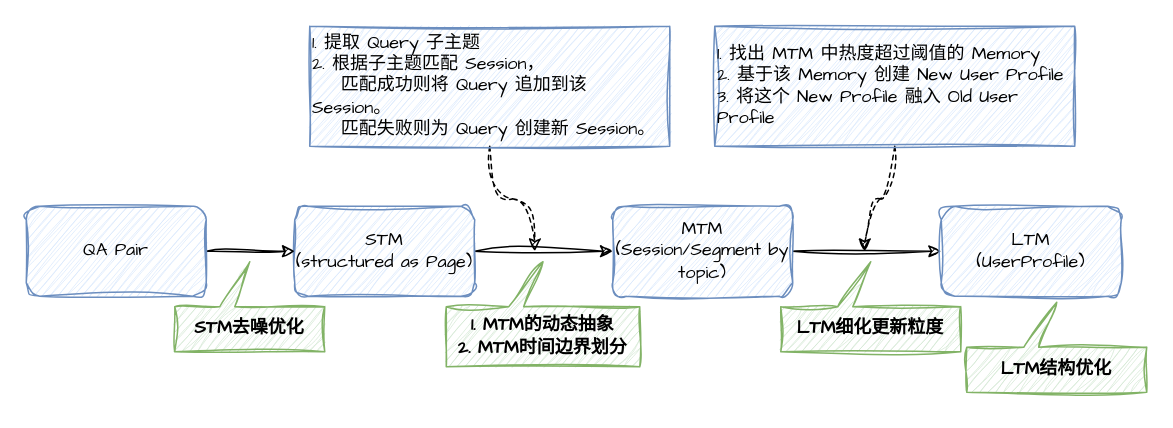
Earlier version of the draw.io diagram memoryos.drawio (Olive-2019/drawio-source). Source tidied: cells renumbered, new cells numbered last; positions are measured from the earlier drawing's top-left corner, leaving out a move shared by most shapes. Both pictures are drawn from the tidied source at 150%, with x=0, y=0 at pixel (26, 26).
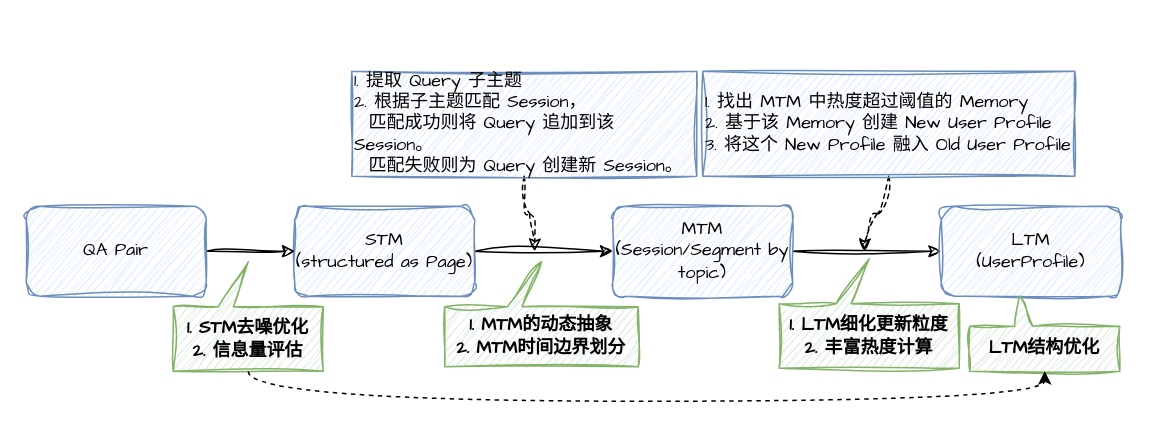
The same page after the edit.

The edit, as a diff of the source:
```diff
@@
 <mxGraphModel>
   <root>
     <mxCell id="0" />
     <mxCell id="1" parent="0" />
     <mxCell id="2" style="edgeStyle=orthogonalEdgeStyle;rounded=0;jettySize=auto;html=1;fontFamily=Comic Sans MS;sketch=1;curveFitting=1;jiggle=2;" parent="1" edge="1" source="3" target="5">
       <mxGeometry relative="1" as="geometry" />
     </mxCell>
     <mxCell id="3" value="STM&lt;div&gt;(structured as Page)&lt;/div&gt;" style="rounded=1;whiteSpace=wrap;html=1;fontFamily=Comic Sans MS;fillColor=#dae8fc;strokeColor=#6c8ebf;sketch=1;curveFitting=1;jiggle=2;" parent="1" vertex="1">
       <mxGeometry x="179" y="120" width="120" height="60" as="geometry" />
     </mxCell>
     <mxCell id="4" style="edgeStyle=orthogonalEdgeStyle;rounded=0;jettySize=auto;html=1;fontFamily=Comic Sans MS;sketch=1;curveFitting=1;jiggle=2;" parent="1" edge="1" source="5" target="6">
       <mxGeometry relative="1" as="geometry" />
     </mxCell>
     <mxCell id="5" value="MTM&lt;div&gt;(Session/Segment by topic)&lt;/div&gt;" style="whiteSpace=wrap;html=1;rounded=1;fontFamily=Comic Sans MS;fillColor=#dae8fc;strokeColor=#6c8ebf;sketch=1;curveFitting=1;jiggle=2;" parent="1" vertex="1">
       <mxGeometry x="391" y="120" width="120" height="60" as="geometry" />
     </mxCell>
     <mxCell id="6" value="LTM&lt;div&gt;(UserProfile)&lt;/div&gt;" style="whiteSpace=wrap;html=1;rounded=1;fontFamily=Comic Sans MS;fillColor=#dae8fc;strokeColor=#6c8ebf;sketch=1;curveFitting=1;jiggle=2;" parent="1" vertex="1">
       <mxGeometry x="610" y="120" width="120" height="60" as="geometry" />
     </mxCell>
     <mxCell id="7" style="edgeStyle=orthogonalEdgeStyle;rounded=0;jettySize=auto;html=1;dashed=1;curved=1;fontFamily=Comic Sans MS;sketch=1;curveFitting=1;jiggle=2;" parent="1" edge="1" source="8">
       <mxGeometry relative="1" as="geometry">
         <mxPoint x="339" y="150" as="targetPoint" />
       </mxGeometry>
     </mxCell>
-    <mxCell id="8" value="1.&amp;nbsp;&lt;span style=&quot;&quot;&gt;提取 Query 子主题&lt;/span&gt;&lt;div&gt;&lt;span style=&quot;&quot;&gt;2.&amp;nbsp;&lt;/span&gt;&lt;span style=&quot;background-color: transparent; color: light-dark(rgb(0, 0, 0), rgb(255, 255, 255));&quot;&gt;根据子主题匹配 Session，&lt;/span&gt;&lt;/div&gt;&lt;div&gt;&lt;span style=&quot;background-color: transparent; color: light-dark(rgb(0, 0, 0), rgb(255, 255, 255));&quot;&gt;&amp;nbsp; &amp;nbsp; 匹配成功则将 Query 追加到该 Session。&lt;/span&gt;&lt;/div&gt;&lt;div&gt;&lt;span style=&quot;background-color: transparent; color: light-dark(rgb(0, 0, 0), rgb(255, 255, 255));&quot;&gt;&amp;nbsp; &amp;nbsp; 匹配失败则为 Query 创建新 Session。&lt;/span&gt;&lt;/div&gt;" style="rounded=0;whiteSpace=wrap;html=1;align=left;fontFamily=Comic Sans MS;fillColor=#dae8fc;strokeColor=#6c8ebf;sketch=1;curveFitting=1;jiggle=2;" parent="1" vertex="1">
-      <mxGeometry x="189" width="240" height="80" as="geometry" />
+    <mxCell id="8" value="1.&amp;nbsp;&lt;span style=&quot;&quot;&gt;提取 Query 子主题&lt;/span&gt;&lt;div&gt;&lt;span style=&quot;&quot;&gt;2.&amp;nbsp;&lt;/span&gt;&lt;span style=&quot;background-color: transparent; color: light-dark(rgb(0, 0, 0), rgb(255, 255, 255));&quot;&gt;根据子主题匹配 Session，&lt;/span&gt;&lt;/div&gt;&lt;div&gt;&lt;span style=&quot;background-color: transparent; color: light-dark(rgb(0, 0, 0), rgb(255, 255, 255));&quot;&gt;&amp;nbsp; 匹配成功则将 Query 追加到该 Session。&lt;/span&gt;&lt;/div&gt;&lt;div&gt;&lt;span style=&quot;background-color: transparent; color: light-dark(rgb(0, 0, 0), rgb(255, 255, 255));&quot;&gt;&amp;nbsp; 匹配失败则为 Query 创建新 Session。&lt;/span&gt;&lt;/div&gt;" style="rounded=0;whiteSpace=wrap;html=1;align=left;fontFamily=Comic Sans MS;fillColor=#dae8fc;strokeColor=#6c8ebf;sketch=1;curveFitting=1;jiggle=2;" parent="1" vertex="1">
+      <mxGeometry x="217" y="30" width="230" height="70" as="geometry" />
     </mxCell>
     <mxCell id="9" style="edgeStyle=orthogonalEdgeStyle;rounded=0;jettySize=auto;html=1;fontFamily=Comic Sans MS;sketch=1;curveFitting=1;jiggle=2;" parent="1" edge="1" source="10" target="3">
       <mxGeometry relative="1" as="geometry" />
     </mxCell>
     <mxCell id="10" value="QA Pair" style="rounded=1;whiteSpace=wrap;html=1;fontFamily=Comic Sans MS;fillColor=#dae8fc;strokeColor=#6c8ebf;sketch=1;curveFitting=1;jiggle=2;" parent="1" vertex="1">
       <mxGeometry y="120" width="120" height="60" as="geometry" />
     </mxCell>
-    <mxCell id="11" value="STM去噪优化" style="shape=callout;whiteSpace=wrap;html=1;perimeter=calloutPerimeter;flipH=1;flipV=1;position2=0.5;base=10;size=30;position=0.6;fontStyle=1;fontFamily=Comic Sans MS;fillColor=#d5e8d4;strokeColor=#82b366;sketch=1;curveFitting=1;jiggle=2;" parent="1" vertex="1">
-      <mxGeometry x="99" y="157" width="100" height="60" as="geometry" />
+    <mxCell id="11" value="1. STM去噪优化&lt;div&gt;2. 信息量评估&lt;/div&gt;" style="shape=callout;whiteSpace=wrap;html=1;perimeter=calloutPerimeter;flipH=1;flipV=1;position2=0.5;base=10;size=30;position=0.6;fontStyle=1;fontFamily=Comic Sans MS;fillColor=#d5e8d4;strokeColor=#82b366;sketch=1;curveFitting=1;jiggle=2;" parent="1" vertex="1">
+      <mxGeometry x="98" y="157" width="100" height="73" as="geometry" />
     </mxCell>
     <mxCell id="12" value="&lt;div&gt;&lt;div class=&quot;old-record-id-DgZwdlZkKonJOuxhVUdcf2nPnTf&quot;&gt;&lt;strong&gt;1. MTM的动态抽象&lt;/strong&gt;&lt;/div&gt;&lt;div class=&quot;old-record-id-DgZwdlZkKonJOuxhVUdcf2nPnTf&quot;&gt;&lt;strong&gt;2. MTM时间边界划分&lt;/strong&gt;&lt;/div&gt;&lt;/div&gt;&lt;span class=&quot;lark-record-clipboard&quot; data-lark-record-data=&quot;{&amp;quot;rootId&amp;quot;:&amp;quot;UxaOdFDGDo1WnnxAF18cjjznnxe&amp;quot;,&amp;quot;text&amp;quot;:{&amp;quot;initialAttributedTexts&amp;quot;:{&amp;quot;text&amp;quot;:{&amp;quot;0&amp;quot;:&amp;quot;MTM的动态抽象&amp;quot;},&amp;quot;attribs&amp;quot;:{&amp;quot;0&amp;quot;:&amp;quot;*1*0+8&amp;quot;}},&amp;quot;apool&amp;quot;:{&amp;quot;numToAttrib&amp;quot;:{&amp;quot;0&amp;quot;:[&amp;quot;bold&amp;quot;,&amp;quot;true&amp;quot;],&amp;quot;1&amp;quot;:[&amp;quot;author&amp;quot;,&amp;quot;7543449489537794050&amp;quot;]},&amp;quot;nextNum&amp;quot;:2}},&amp;quot;type&amp;quot;:&amp;quot;text&amp;quot;,&amp;quot;referenceRecordMap&amp;quot;:{},&amp;quot;extra&amp;quot;:{&amp;quot;channel&amp;quot;:&amp;quot;saas&amp;quot;,&amp;quot;isEqualBlockSelection&amp;quot;:false,&amp;quot;pasteRandomId&amp;quot;:&amp;quot;55e6cb3b-ba7a-46e4-9412-7d4e23a044cb&amp;quot;,&amp;quot;mention_page_title&amp;quot;:{},&amp;quot;external_mention_url&amp;quot;:{}},&amp;quot;isKeepQuoteContainer&amp;quot;:false,&amp;quot;isFromCode&amp;quot;:false,&amp;quot;selection&amp;quot;:[{&amp;quot;id&amp;quot;:137,&amp;quot;type&amp;quot;:&amp;quot;text&amp;quot;,&amp;quot;selection&amp;quot;:{&amp;quot;start&amp;quot;:0,&amp;quot;end&amp;quot;:8},&amp;quot;recordId&amp;quot;:&amp;quot;DgZwdlZkKonJOuxhVUdcf2nPnTf&amp;quot;}],&amp;quot;payloadMap&amp;quot;:{},&amp;quot;isCut&amp;quot;:false}&quot;&gt;&lt;/span&gt;" style="shape=callout;whiteSpace=wrap;html=1;perimeter=calloutPerimeter;flipH=1;flipV=1;position2=0.5;base=10;size=30;position=0.6;fontFamily=Comic Sans MS;fillColor=#d5e8d4;strokeColor=#82b366;sketch=1;curveFitting=1;jiggle=2;" parent="1" vertex="1">
-      <mxGeometry x="280" y="157" width="129" height="70" as="geometry" />
+      <mxGeometry x="279" y="157" width="129" height="70" as="geometry" />
     </mxCell>
-    <mxCell id="13" value="&lt;div&gt;&lt;div class=&quot;old-record-id-DgZwdlZkKonJOuxhVUdcf2nPnTf&quot;&gt;&lt;b&gt;LTM细化更新粒度&lt;/b&gt;&lt;/div&gt;&lt;/div&gt;&lt;span class=&quot;lark-record-clipboard&quot; data-lark-record-data=&quot;{&amp;quot;rootId&amp;quot;:&amp;quot;UxaOdFDGDo1WnnxAF18cjjznnxe&amp;quot;,&amp;quot;text&amp;quot;:{&amp;quot;initialAttributedTexts&amp;quot;:{&amp;quot;text&amp;quot;:{&amp;quot;0&amp;quot;:&amp;quot;MTM的动态抽象&amp;quot;},&amp;quot;attribs&amp;quot;:{&amp;quot;0&amp;quot;:&amp;quot;*1*0+8&amp;quot;}},&amp;quot;apool&amp;quot;:{&amp;quot;numToAttrib&amp;quot;:{&amp;quot;0&amp;quot;:[&amp;quot;bold&amp;quot;,&amp;quot;true&amp;quot;],&amp;quot;1&amp;quot;:[&amp;quot;author&amp;quot;,&amp;quot;7543449489537794050&amp;quot;]},&amp;quot;nextNum&amp;quot;:2}},&amp;quot;type&amp;quot;:&amp;quot;text&amp;quot;,&amp;quot;referenceRecordMap&amp;quot;:{},&amp;quot;extra&amp;quot;:{&amp;quot;channel&amp;quot;:&amp;quot;saas&amp;quot;,&amp;quot;isEqualBlockSelection&amp;quot;:false,&amp;quot;pasteRandomId&amp;quot;:&amp;quot;55e6cb3b-ba7a-46e4-9412-7d4e23a044cb&amp;quot;,&amp;quot;mention_page_title&amp;quot;:{},&amp;quot;external_mention_url&amp;quot;:{}},&amp;quot;isKeepQuoteContainer&amp;quot;:false,&amp;quot;isFromCode&amp;quot;:false,&amp;quot;selection&amp;quot;:[{&amp;quot;id&amp;quot;:137,&amp;quot;type&amp;quot;:&amp;quot;text&amp;quot;,&amp;quot;selection&amp;quot;:{&amp;quot;start&amp;quot;:0,&amp;quot;end&amp;quot;:8},&amp;quot;recordId&amp;quot;:&amp;quot;DgZwdlZkKonJOuxhVUdcf2nPnTf&amp;quot;}],&amp;quot;payloadMap&amp;quot;:{},&amp;quot;isCut&amp;quot;:false}&quot;&gt;&lt;/span&gt;" style="shape=callout;whiteSpace=wrap;html=1;perimeter=calloutPerimeter;flipH=1;flipV=1;position2=0.5;base=10;size=30;position=0.6;fontFamily=Comic Sans MS;fillColor=#d5e8d4;strokeColor=#82b366;sketch=1;curveFitting=1;jiggle=2;" parent="1" vertex="1">
-      <mxGeometry x="503" y="157" width="120" height="60" as="geometry" />
+    <mxCell id="13" value="&lt;div&gt;&lt;div class=&quot;old-record-id-DgZwdlZkKonJOuxhVUdcf2nPnTf&quot;&gt;&lt;b&gt;1. LTM细化更新粒度&lt;/b&gt;&lt;/div&gt;&lt;div class=&quot;old-record-id-DgZwdlZkKonJOuxhVUdcf2nPnTf&quot;&gt;&lt;b&gt;2. 丰富热度计算&lt;/b&gt;&lt;/div&gt;&lt;/div&gt;&lt;span class=&quot;lark-record-clipboard&quot; data-lark-record-data=&quot;{&amp;quot;rootId&amp;quot;:&amp;quot;UxaOdFDGDo1WnnxAF18cjjznnxe&amp;quot;,&amp;quot;text&amp;quot;:{&amp;quot;initialAttributedTexts&amp;quot;:{&amp;quot;text&amp;quot;:{&amp;quot;0&amp;quot;:&amp;quot;MTM的动态抽象&amp;quot;},&amp;quot;attribs&amp;quot;:{&amp;quot;0&amp;quot;:&amp;quot;*1*0+8&amp;quot;}},&amp;quot;apool&amp;quot;:{&amp;quot;numToAttrib&amp;quot;:{&amp;quot;0&amp;quot;:[&amp;quot;bold&amp;quot;,&amp;quot;true&amp;quot;],&amp;quot;1&amp;quot;:[&amp;quot;author&amp;quot;,&amp;quot;7543449489537794050&amp;quot;]},&amp;quot;nextNum&amp;quot;:2}},&amp;quot;type&amp;quot;:&amp;quot;text&amp;quot;,&amp;quot;referenceRecordMap&amp;quot;:{},&amp;quot;extra&amp;quot;:{&amp;quot;channel&amp;quot;:&amp;quot;saas&amp;quot;,&amp;quot;isEqualBlockSelection&amp;quot;:false,&amp;quot;pasteRandomId&amp;quot;:&amp;quot;55e6cb3b-ba7a-46e4-9412-7d4e23a044cb&amp;quot;,&amp;quot;mention_page_title&amp;quot;:{},&amp;quot;external_mention_url&amp;quot;:{}},&amp;quot;isKeepQuoteContainer&amp;quot;:false,&amp;quot;isFromCode&amp;quot;:false,&amp;quot;selection&amp;quot;:[{&amp;quot;id&amp;quot;:137,&amp;quot;type&amp;quot;:&amp;quot;text&amp;quot;,&amp;quot;selection&amp;quot;:{&amp;quot;start&amp;quot;:0,&amp;quot;end&amp;quot;:8},&amp;quot;recordId&amp;quot;:&amp;quot;DgZwdlZkKonJOuxhVUdcf2nPnTf&amp;quot;}],&amp;quot;payloadMap&amp;quot;:{},&amp;quot;isCut&amp;quot;:false}&quot;&gt;&lt;/span&gt;" style="shape=callout;whiteSpace=wrap;html=1;perimeter=calloutPerimeter;flipH=1;flipV=1;position2=0.5;base=10;size=30;position=0.6;fontFamily=Comic Sans MS;fillColor=#d5e8d4;strokeColor=#82b366;sketch=1;curveFitting=1;jiggle=2;" parent="1" vertex="1">
+      <mxGeometry x="502" y="155" width="120" height="73" as="geometry" />
     </mxCell>
-    <mxCell id="14" value="&lt;div&gt;&lt;div class=&quot;old-record-id-DgZwdlZkKonJOuxhVUdcf2nPnTf&quot;&gt;&lt;div&gt;&lt;div class=&quot;old-record-id-CFHTdMkW9oqmNQxcY86cLVa0nhd&quot;&gt;&lt;strong&gt;LTM结构优化&lt;/strong&gt;&lt;/div&gt;&lt;/div&gt;&lt;span data-lark-record-data=&quot;{&amp;quot;rootId&amp;quot;:&amp;quot;UxaOdFDGDo1WnnxAF18cjjznnxe&amp;quot;,&amp;quot;text&amp;quot;:{&amp;quot;initialAttributedTexts&amp;quot;:{&amp;quot;text&amp;quot;:{&amp;quot;0&amp;quot;:&amp;quot;LTM结构优化&amp;quot;},&amp;quot;attribs&amp;quot;:{&amp;quot;0&amp;quot;:&amp;quot;*1*0+7&amp;quot;}},&amp;quot;apool&amp;quot;:{&amp;quot;numToAttrib&amp;quot;:{&amp;quot;0&amp;quot;:[&amp;quot;bold&amp;quot;,&amp;quot;true&amp;quot;],&amp;quot;1&amp;quot;:[&amp;quot;author&amp;quot;,&amp;quot;7543449489537794050&amp;quot;]},&amp;quot;nextNum&amp;quot;:2}},&amp;quot;type&amp;quot;:&amp;quot;text&amp;quot;,&amp;quot;referenceRecordMap&amp;quot;:{},&amp;quot;extra&amp;quot;:{&amp;quot;channel&amp;quot;:&amp;quot;saas&amp;quot;,&amp;quot;isEqualBlockSelection&amp;quot;:false,&amp;quot;pasteRandomId&amp;quot;:&amp;quot;8f414a45-b7fd-4c1f-af70-e5bcc631b4d7&amp;quot;,&amp;quot;mention_page_title&amp;quot;:{},&amp;quot;external_mention_url&amp;quot;:{}},&amp;quot;isKeepQuoteContainer&amp;quot;:false,&amp;quot;isFromCode&amp;quot;:false,&amp;quot;selection&amp;quot;:[{&amp;quot;id&amp;quot;:133,&amp;quot;type&amp;quot;:&amp;quot;text&amp;quot;,&amp;quot;selection&amp;quot;:{&amp;quot;start&amp;quot;:0,&amp;quot;end&amp;quot;:7},&amp;quot;recordId&amp;quot;:&amp;quot;CFHTdMkW9oqmNQxcY86cLVa0nhd&amp;quot;}],&amp;quot;payloadMap&amp;quot;:{},&amp;quot;isCut&amp;quot;:false}&quot; class=&quot;lark-record-clipboard&quot;&gt;&lt;/span&gt;&lt;/div&gt;&lt;/div&gt;&lt;span data-lark-record-data=&quot;{&amp;quot;rootId&amp;quot;:&amp;quot;UxaOdFDGDo1WnnxAF18cjjznnxe&amp;quot;,&amp;quot;text&amp;quot;:{&amp;quot;initialAttributedTexts&amp;quot;:{&amp;quot;text&amp;quot;:{&amp;quot;0&amp;quot;:&amp;quot;MTM的动态抽象&amp;quot;},&amp;quot;attribs&amp;quot;:{&amp;quot;0&amp;quot;:&amp;quot;*1*0+8&amp;quot;}},&amp;quot;apool&amp;quot;:{&amp;quot;numToAttrib&amp;quot;:{&amp;quot;0&amp;quot;:[&amp;quot;bold&amp;quot;,&amp;quot;true&amp;quot;],&amp;quot;1&amp;quot;:[&amp;quot;author&amp;quot;,&amp;quot;7543449489537794050&amp;quot;]},&amp;quot;nextNum&amp;quot;:2}},&amp;quot;type&amp;quot;:&amp;quot;text&amp;quot;,&amp;quot;referenceRecordMap&amp;quot;:{},&amp;quot;extra&amp;quot;:{&amp;quot;channel&amp;quot;:&amp;quot;saas&amp;quot;,&amp;quot;isEqualBlockSelection&amp;quot;:false,&amp;quot;pasteRandomId&amp;quot;:&amp;quot;55e6cb3b-ba7a-46e4-9412-7d4e23a044cb&amp;quot;,&amp;quot;mention_page_title&amp;quot;:{},&amp;quot;external_mention_url&amp;quot;:{}},&amp;quot;isKeepQuoteContainer&amp;quot;:false,&amp;quot;isFromCode&amp;quot;:false,&amp;quot;selection&amp;quot;:[{&amp;quot;id&amp;quot;:137,&amp;quot;type&amp;quot;:&amp;quot;text&amp;quot;,&amp;quot;selection&amp;quot;:{&amp;quot;start&amp;quot;:0,&amp;quot;end&amp;quot;:8},&amp;quot;recordId&amp;quot;:&amp;quot;DgZwdlZkKonJOuxhVUdcf2nPnTf&amp;quot;}],&amp;quot;payloadMap&amp;quot;:{},&amp;quot;isCut&amp;quot;:false}&quot; class=&quot;lark-record-clipboard&quot;&gt;&lt;/span&gt;" style="shape=callout;whiteSpace=wrap;html=1;perimeter=calloutPerimeter;flipH=1;flipV=1;position2=0.5;base=10;size=30;position=0.6;fontFamily=Comic Sans MS;fillColor=#d5e8d4;strokeColor=#82b366;sketch=1;curveFitting=1;jiggle=2;" parent="1" vertex="1">
-      <mxGeometry x="627" y="184" width="120" height="60" as="geometry" />
+    <mxCell id="14" value="&lt;div&gt;&lt;div class=&quot;old-record-id-DgZwdlZkKonJOuxhVUdcf2nPnTf&quot;&gt;&lt;div&gt;&lt;div class=&quot;old-record-id-CFHTdMkW9oqmNQxcY86cLVa0nhd&quot;&gt;&lt;strong&gt;LTM结构优化&lt;/strong&gt;&lt;/div&gt;&lt;/div&gt;&lt;span data-lark-record-data=&quot;{&amp;quot;rootId&amp;quot;:&amp;quot;UxaOdFDGDo1WnnxAF18cjjznnxe&amp;quot;,&amp;quot;text&amp;quot;:{&amp;quot;initialAttributedTexts&amp;quot;:{&amp;quot;text&amp;quot;:{&amp;quot;0&amp;quot;:&amp;quot;LTM结构优化&amp;quot;},&amp;quot;attribs&amp;quot;:{&amp;quot;0&amp;quot;:&amp;quot;*1*0+7&amp;quot;}},&amp;quot;apool&amp;quot;:{&amp;quot;numToAttrib&amp;quot;:{&amp;quot;0&amp;quot;:[&amp;quot;bold&amp;quot;,&amp;quot;true&amp;quot;],&amp;quot;1&amp;quot;:[&amp;quot;author&amp;quot;,&amp;quot;7543449489537794050&amp;quot;]},&amp;quot;nextNum&amp;quot;:2}},&amp;quot;type&amp;quot;:&amp;quot;text&amp;quot;,&amp;quot;referenceRecordMap&amp;quot;:{},&amp;quot;extra&amp;quot;:{&amp;quot;channel&amp;quot;:&amp;quot;saas&amp;quot;,&amp;quot;isEqualBlockSelection&amp;quot;:false,&amp;quot;pasteRandomId&amp;quot;:&amp;quot;8f414a45-b7fd-4c1f-af70-e5bcc631b4d7&amp;quot;,&amp;quot;mention_page_title&amp;quot;:{},&amp;quot;external_mention_url&amp;quot;:{}},&amp;quot;isKeepQuoteContainer&amp;quot;:false,&amp;quot;isFromCode&amp;quot;:false,&amp;quot;selection&amp;quot;:[{&amp;quot;id&amp;quot;:133,&amp;quot;type&amp;quot;:&amp;quot;text&amp;quot;,&amp;quot;selection&amp;quot;:{&amp;quot;start&amp;quot;:0,&amp;quot;end&amp;quot;:7},&amp;quot;recordId&amp;quot;:&amp;quot;CFHTdMkW9oqmNQxcY86cLVa0nhd&amp;quot;}],&amp;quot;payloadMap&amp;quot;:{},&amp;quot;isCut&amp;quot;:false}&quot; class=&quot;lark-record-clipboard&quot;&gt;&lt;/span&gt;&lt;/div&gt;&lt;/div&gt;&lt;span data-lark-record-data=&quot;{&amp;quot;rootId&amp;quot;:&amp;quot;UxaOdFDGDo1WnnxAF18cjjznnxe&amp;quot;,&amp;quot;text&amp;quot;:{&amp;quot;initialAttributedTexts&amp;quot;:{&amp;quot;text&amp;quot;:{&amp;quot;0&amp;quot;:&amp;quot;MTM的动态抽象&amp;quot;},&amp;quot;attribs&amp;quot;:{&amp;quot;0&amp;quot;:&amp;quot;*1*0+8&amp;quot;}},&amp;quot;apool&amp;quot;:{&amp;quot;numToAttrib&amp;quot;:{&amp;quot;0&amp;quot;:[&amp;quot;bold&amp;quot;,&amp;quot;true&amp;quot;],&amp;quot;1&amp;quot;:[&amp;quot;author&amp;quot;,&amp;quot;7543449489537794050&amp;quot;]},&amp;quot;nextNum&amp;quot;:2}},&amp;quot;type&amp;quot;:&amp;quot;text&amp;quot;,&amp;quot;referenceRecordMap&amp;quot;:{},&amp;quot;extra&amp;quot;:{&amp;quot;channel&amp;quot;:&amp;quot;saas&amp;quot;,&amp;quot;isEqualBlockSelection&amp;quot;:false,&amp;quot;pasteRandomId&amp;quot;:&amp;quot;55e6cb3b-ba7a-46e4-9412-7d4e23a044cb&amp;quot;,&amp;quot;mention_page_title&amp;quot;:{},&amp;quot;external_mention_url&amp;quot;:{}},&amp;quot;isKeepQuoteContainer&amp;quot;:false,&amp;quot;isFromCode&amp;quot;:false,&amp;quot;selection&amp;quot;:[{&amp;quot;id&amp;quot;:137,&amp;quot;type&amp;quot;:&amp;quot;text&amp;quot;,&amp;quot;selection&amp;quot;:{&amp;quot;start&amp;quot;:0,&amp;quot;end&amp;quot;:8},&amp;quot;recordId&amp;quot;:&amp;quot;DgZwdlZkKonJOuxhVUdcf2nPnTf&amp;quot;}],&amp;quot;payloadMap&amp;quot;:{},&amp;quot;isCut&amp;quot;:false}&quot; class=&quot;lark-record-clipboard&quot;&gt;&lt;/span&gt;" style="shape=callout;whiteSpace=wrap;html=1;perimeter=calloutPerimeter;flipH=1;flipV=1;position2=0.67;base=12;size=20;position=0.58;fontFamily=Comic Sans MS;fillColor=#d5e8d4;strokeColor=#82b366;sketch=1;curveFitting=1;jiggle=2;" parent="1" vertex="1">
+      <mxGeometry x="629" y="180" width="100" height="50" as="geometry" />
     </mxCell>
     <mxCell id="15" style="edgeStyle=orthogonalEdgeStyle;rounded=0;jettySize=auto;html=1;dashed=1;curved=1;fontFamily=Comic Sans MS;sketch=1;curveFitting=1;jiggle=2;" parent="1" edge="1" source="16">
       <mxGeometry relative="1" as="geometry">
         <mxPoint x="559" y="150" as="targetPoint" />
       </mxGeometry>
     </mxCell>
     <mxCell id="16" value="1. 找出 MTM 中热度超过阈值的 Memory&lt;div&gt;&lt;span style=&quot;&quot;&gt;2.&amp;nbsp;&lt;/span&gt;&lt;span style=&quot;background-color: transparent; color: light-dark(rgb(0, 0, 0), rgb(255, 255, 255));&quot;&gt;基于该 Memory 创建 New User Profile&lt;/span&gt;&lt;/div&gt;&lt;div&gt;&lt;span style=&quot;background-color: transparent; color: light-dark(rgb(0, 0, 0), rgb(255, 255, 255));&quot;&gt;3.&amp;nbsp;&lt;/span&gt;&lt;span style=&quot;background-color: transparent; color: light-dark(rgb(0, 0, 0), rgb(255, 255, 255));&quot;&gt;将这个 New Profile 融入 Old User Profile&lt;/span&gt;&lt;/div&gt;" style="rounded=0;whiteSpace=wrap;html=1;align=left;fontFamily=Comic Sans MS;fillColor=#dae8fc;strokeColor=#6c8ebf;sketch=1;curveFitting=1;jiggle=2;" parent="1" vertex="1">
-      <mxGeometry x="459" width="240" height="80" as="geometry" />
+      <mxGeometry x="451" y="30" width="248" height="70" as="geometry" />
     </mxCell>
+    <mxCell id="17" style="edgeStyle=orthogonalEdgeStyle;rounded=0;jettySize=auto;html=1;entryX=0.5;entryY=0;entryDx=0;entryDy=0;entryPerimeter=0;curved=1;exitX=0.5;exitY=0;exitDx=0;exitDy=0;exitPerimeter=0;dashed=1;" parent="1" edge="1" source="11" target="14">
+      <mxGeometry relative="1" as="geometry" />
+    </mxCell>
   </root>
 </mxGraphModel>
```
